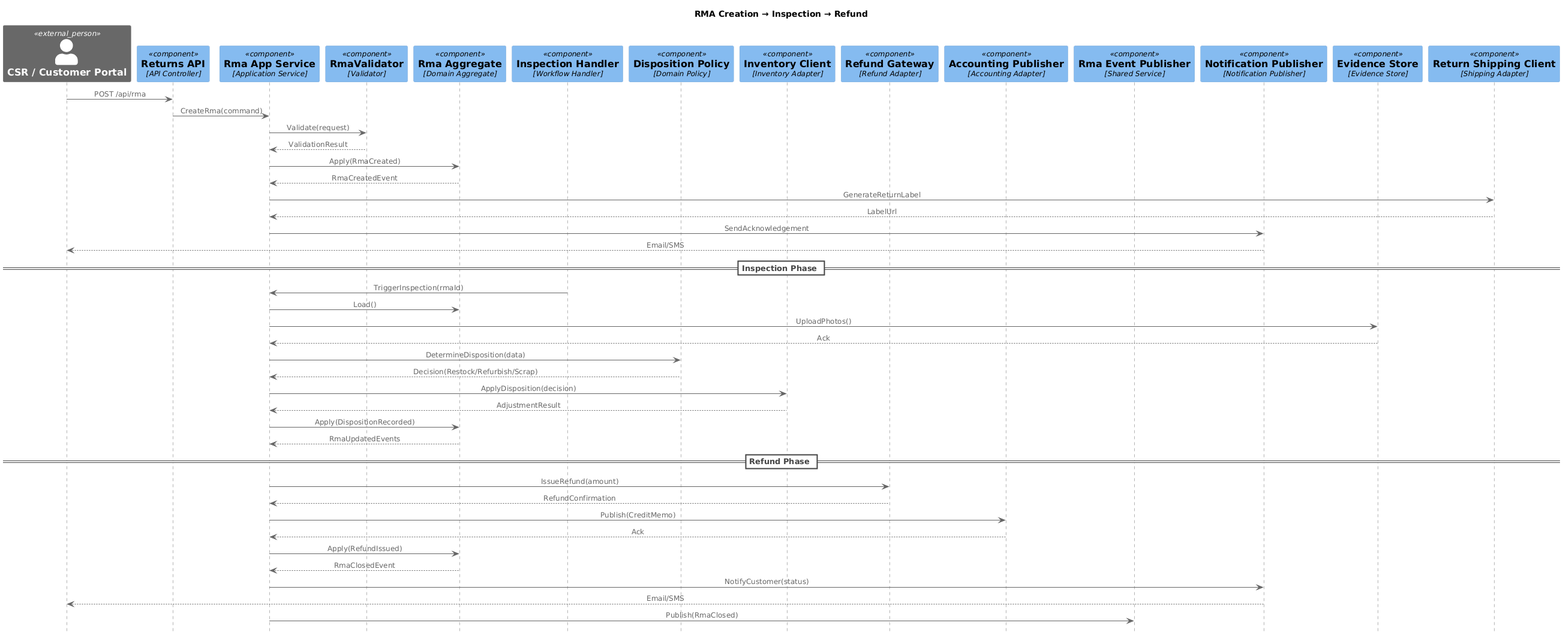
Above: Documents/media/attachments/sequence_diagrams/returns_rma_sequence/RMA Workflow.png in phapeee/ERP-Inventory-Management-System (PlantUML), before the change.
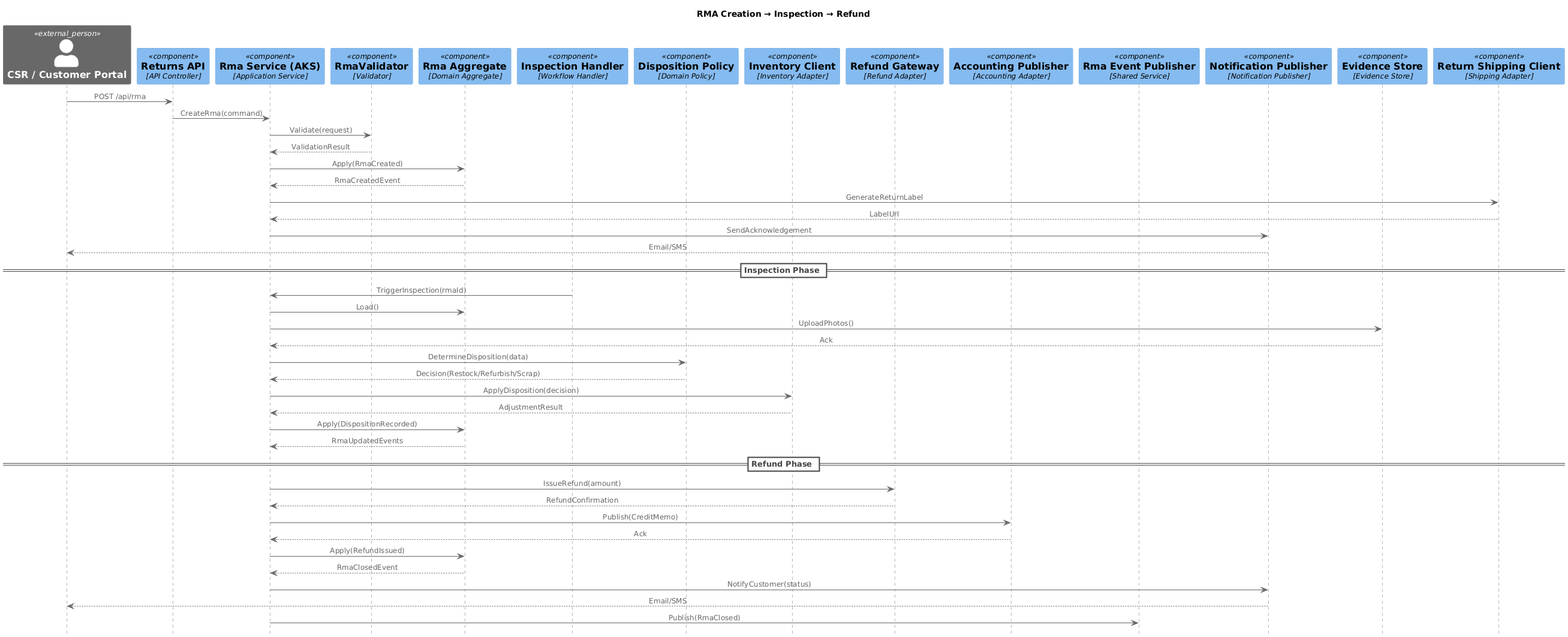
After the change.

Diff of the diagram source:
```diff
@@ -1,4 +1,4 @@
-@startuml
+@startuml RMA Workflow
 !if %variable_exists("RELATIVE_INCLUDE")
   !include ./C4_Component.puml
 !else
@@ -444,7 +444,7 @@
 
 Participant_UI(csr, "CSR / Customer Portal")
 Participant_Controller(rmaController, "Returns API", "RmaController")
-Participant_App(rmaApp, "Rma App Service", "RmaApplicationService")
+Participant_App(rmaApp, "Rma Service (AKS)", "RmaApplicationService")
 Participant_Validator(rmaValidator, "RmaValidator")
 Participant_Aggregate(rmaAgg, "Rma Aggregate")
 Participant_Workflow(inspectionHandler, "Inspection Handler")
@@ -490,4 +490,5 @@
 rmaApp -> notificationPublisher : NotifyCustomer(status)
 notificationPublisher --> csr : Email/SMS
 rmaApp -> eventPublisher : Publish(RmaClosed)
+
 @enduml
```
